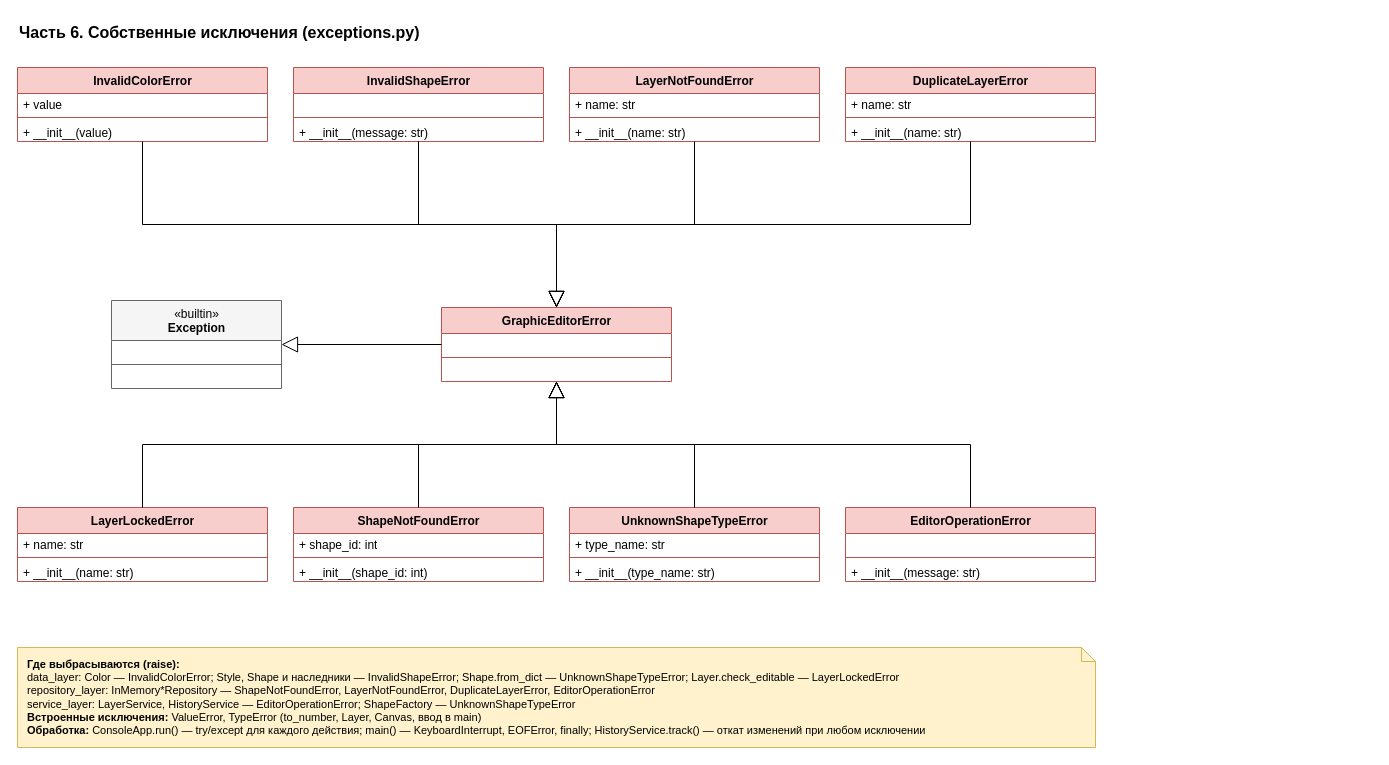
knockck/Lab1 keeps this draw.io diagram as page "Часть 6. Исключения" (6 of 6) of docs/uml/class_diagram.drawio. Above is the earlier version. Source tidied: cells renumbered, new cells numbered last; positions are measured from the earlier drawing's top-left corner, leaving out a move shared by most shapes. Both pictures are drawn from the tidied source at 100%, with x=0, y=0 at pixel (17, 17).
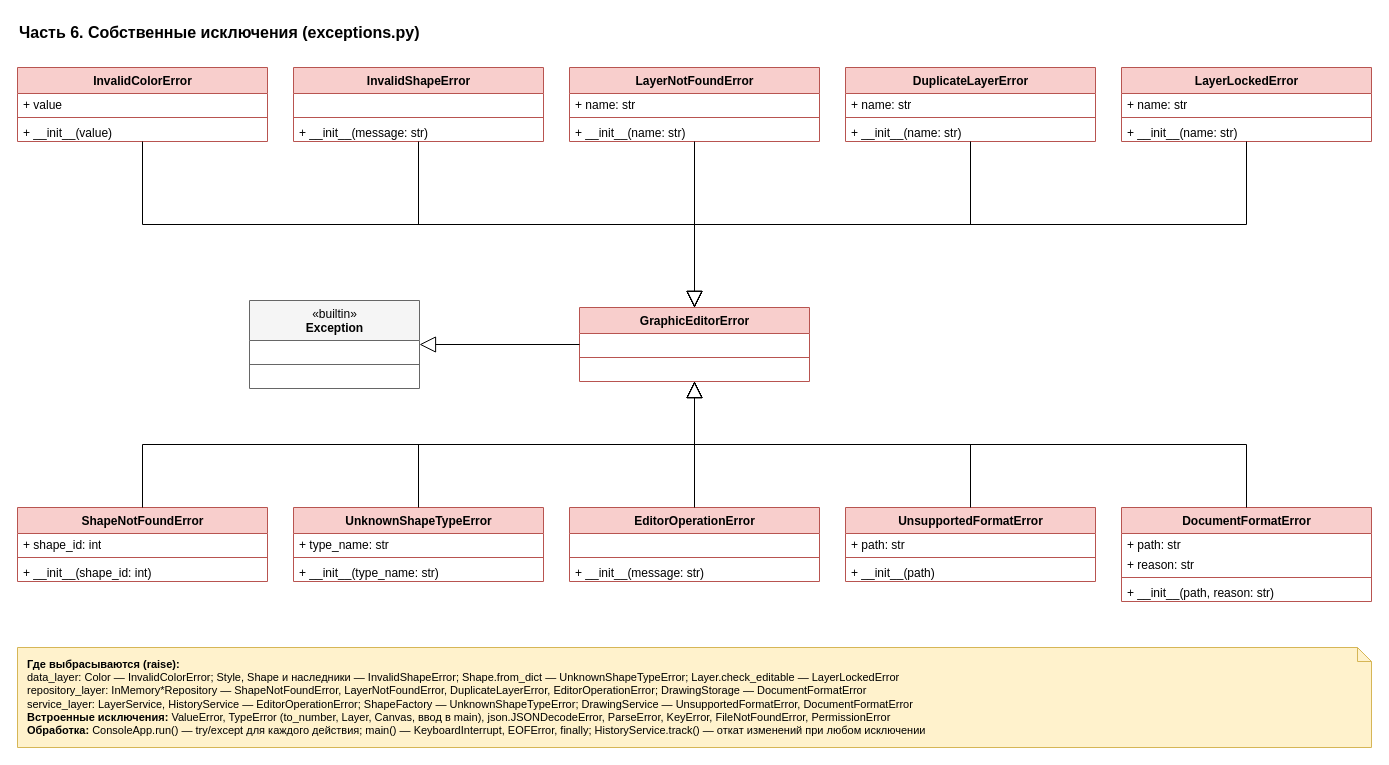
After the change.

Diff of the diagram source:
```diff
@@
     <mxCell id="3" value="GraphicEditorError" style="swimlane;fontStyle=1;align=center;verticalAlign=top;horizontal=1;startSize=26;html=1;fillColor=#f8cecc;strokeColor=#b85450;swimlaneFillColor=#ffffff;fontSize=12;" parent="1" vertex="1">
-      <mxGeometry x="424" y="290" width="230" height="74" as="geometry" />
+      <mxGeometry x="562" y="290" width="230" height="74" as="geometry" />
     </mxCell>
@@
     <mxCell id="7" value="&lt;span style=&quot;font-weight:normal&quot;&gt;«builtin»&lt;/span&gt;&lt;br&gt;Exception" style="swimlane;fontStyle=1;align=center;verticalAlign=top;horizontal=1;startSize=40;html=1;fillColor=#f5f5f5;strokeColor=#666666;swimlaneFillColor=#ffffff;fontSize=12;" parent="1" vertex="1">
-      <mxGeometry x="94" y="283" width="170" height="88" as="geometry" />
+      <mxGeometry x="232" y="283" width="170" height="88" as="geometry" />
     </mxCell>
@@
     <mxCell id="32" value="LayerLockedError" style="swimlane;fontStyle=1;align=center;verticalAlign=top;horizontal=1;startSize=26;html=1;fillColor=#f8cecc;strokeColor=#b85450;swimlaneFillColor=#ffffff;fontSize=12;" parent="1" vertex="1">
-      <mxGeometry y="490" width="250" height="74" as="geometry" />
+      <mxGeometry x="1104" y="50" width="250" height="74" as="geometry" />
     </mxCell>
@@
-    <mxCell id="36" style="html=1;rounded=0;edgeStyle=orthogonalEdgeStyle;fontSize=11;endArrow=block;endSize=14;endFill=0;exitX=0.5;exitY=0;exitDx=0;exitDy=0;entryX=0.5;entryY=1;entryDx=0;entryDy=0;labelBackgroundColor=#ffffff;" parent="1" edge="1" source="32" target="3">
+    <mxCell id="36" style="html=1;rounded=0;edgeStyle=orthogonalEdgeStyle;fontSize=11;endArrow=block;endSize=14;endFill=0;exitX=0.5;exitY=1;exitDx=0;exitDy=0;entryX=0.5;entryY=0;entryDx=0;entryDy=0;labelBackgroundColor=#ffffff;" parent="1" edge="1" source="32" target="3">
       <mxGeometry relative="1" as="geometry" />
     </mxCell>
     <mxCell id="37" value="ShapeNotFoundError" style="swimlane;fontStyle=1;align=center;verticalAlign=top;horizontal=1;startSize=26;html=1;fillColor=#f8cecc;strokeColor=#b85450;swimlaneFillColor=#ffffff;fontSize=12;" parent="1" vertex="1">
-      <mxGeometry x="276" y="490" width="250" height="74" as="geometry" />
+      <mxGeometry y="490" width="250" height="74" as="geometry" />
     </mxCell>
@@
     <mxCell id="42" value="UnknownShapeTypeError" style="swimlane;fontStyle=1;align=center;verticalAlign=top;horizontal=1;startSize=26;html=1;fillColor=#f8cecc;strokeColor=#b85450;swimlaneFillColor=#ffffff;fontSize=12;" parent="1" vertex="1">
-      <mxGeometry x="552" y="490" width="250" height="74" as="geometry" />
+      <mxGeometry x="276" y="490" width="250" height="74" as="geometry" />
     </mxCell>
@@
     <mxCell id="47" value="EditorOperationError" style="swimlane;fontStyle=1;align=center;verticalAlign=top;horizontal=1;startSize=26;html=1;fillColor=#f8cecc;strokeColor=#b85450;swimlaneFillColor=#ffffff;fontSize=12;" parent="1" vertex="1">
-      <mxGeometry x="828" y="490" width="250" height="74" as="geometry" />
+      <mxGeometry x="552" y="490" width="250" height="74" as="geometry" />
     </mxCell>
@@
-    <mxCell id="52" value="&lt;b&gt;Где выбрасываются (raise):&lt;/b&gt;&lt;br&gt;data_layer: Color — InvalidColorError; Style, Shape и наследники — InvalidShapeError; Shape.from_dict — UnknownShapeTypeError; Layer.check_editable — LayerLockedError&lt;br&gt;repository_layer: InMemory*Repository — ShapeNotFoundError, LayerNotFoundError, DuplicateLayerError, EditorOperationError&lt;br&gt;service_layer: LayerService, HistoryService — EditorOperationError; ShapeFactory — UnknownShapeTypeError&lt;br&gt;&lt;b&gt;Встроенные исключения:&lt;/b&gt; ValueError, TypeError (to_number, Layer, Canvas, ввод в main)&lt;br&gt;&lt;b&gt;Обработка:&lt;/b&gt; ConsoleApp.run() — try/except для каждого действия; main() — KeyboardInterrupt, EOFError, finally; HistoryService.track() — откат изменений при любом исключении" style="shape=note;whiteSpace=wrap;html=1;size=14;align=left;verticalAlign=top;spacingLeft=8;spacingTop=4;fillColor=#fff2cc;strokeColor=#d6b656;fontSize=11;" parent="1" vertex="1">
-      <mxGeometry y="630" width="1078" height="100" as="geometry" />
-    </mxCell>
+    <mxCell id="53" value="UnsupportedFormatError" style="swimlane;fontStyle=1;align=center;verticalAlign=top;horizontal=1;startSize=26;html=1;fillColor=#f8cecc;strokeColor=#b85450;swimlaneFillColor=#ffffff;fontSize=12;" parent="1" vertex="1">
+      <mxGeometry x="828" y="490" width="250" height="74" as="geometry" />
+    </mxCell>
+    <mxCell id="54" value="+ path: str" style="text;strokeColor=none;fillColor=none;align=left;verticalAlign=top;spacingLeft=4;spacingRight=4;spacingTop=-2;overflow=hidden;html=1;fontSize=12;fontStyle=0;" parent="53" vertex="1">
+      <mxGeometry y="26" width="250" height="20" as="geometry" />
+    </mxCell>
+    <mxCell id="55" style="line;strokeWidth=1;fillColor=none;align=left;verticalAlign=middle;spacingTop=-1;spacingLeft=3;spacingRight=3;labelPosition=right;strokeColor=inherit;" parent="53" vertex="1">
+      <mxGeometry y="46" width="250" height="8" as="geometry" />
+    </mxCell>
+    <mxCell id="56" value="+ __init__(path)" style="text;strokeColor=none;fillColor=none;align=left;verticalAlign=top;spacingLeft=4;spacingRight=4;spacingTop=-2;overflow=hidden;html=1;fontSize=12;fontStyle=0;" parent="53" vertex="1">
+      <mxGeometry y="54" width="250" height="20" as="geometry" />
+    </mxCell>
+    <mxCell id="57" style="html=1;rounded=0;edgeStyle=orthogonalEdgeStyle;fontSize=11;endArrow=block;endSize=14;endFill=0;exitX=0.5;exitY=0;exitDx=0;exitDy=0;entryX=0.5;entryY=1;entryDx=0;entryDy=0;labelBackgroundColor=#ffffff;" parent="1" edge="1" source="53" target="3">
+      <mxGeometry relative="1" as="geometry" />
+    </mxCell>
+    <mxCell id="58" value="DocumentFormatError" style="swimlane;fontStyle=1;align=center;verticalAlign=top;horizontal=1;startSize=26;html=1;fillColor=#f8cecc;strokeColor=#b85450;swimlaneFillColor=#ffffff;fontSize=12;" parent="1" vertex="1">
+      <mxGeometry x="1104" y="490" width="250" height="94" as="geometry" />
+    </mxCell>
+    <mxCell id="59" value="+ path: str" style="text;strokeColor=none;fillColor=none;align=left;verticalAlign=top;spacingLeft=4;spacingRight=4;spacingTop=-2;overflow=hidden;html=1;fontSize=12;fontStyle=0;" parent="58" vertex="1">
+      <mxGeometry y="26" width="250" height="20" as="geometry" />
+    </mxCell>
+    <mxCell id="60" value="+ reason: str" style="text;strokeColor=none;fillColor=none;align=left;verticalAlign=top;spacingLeft=4;spacingRight=4;spacingTop=-2;overflow=hidden;html=1;fontSize=12;fontStyle=0;" parent="58" vertex="1">
+      <mxGeometry y="46" width="250" height="20" as="geometry" />
+    </mxCell>
+    <mxCell id="61" style="line;strokeWidth=1;fillColor=none;align=left;verticalAlign=middle;spacingTop=-1;spacingLeft=3;spacingRight=3;labelPosition=right;strokeColor=inherit;" parent="58" vertex="1">
+      <mxGeometry y="66" width="250" height="8" as="geometry" />
+    </mxCell>
+    <mxCell id="62" value="+ __init__(path, reason: str)" style="text;strokeColor=none;fillColor=none;align=left;verticalAlign=top;spacingLeft=4;spacingRight=4;spacingTop=-2;overflow=hidden;html=1;fontSize=12;fontStyle=0;" parent="58" vertex="1">
+      <mxGeometry y="74" width="250" height="20" as="geometry" />
+    </mxCell>
+    <mxCell id="63" style="html=1;rounded=0;edgeStyle=orthogonalEdgeStyle;fontSize=11;endArrow=block;endSize=14;endFill=0;exitX=0.5;exitY=0;exitDx=0;exitDy=0;entryX=0.5;entryY=1;entryDx=0;entryDy=0;labelBackgroundColor=#ffffff;" parent="1" edge="1" source="58" target="3">
+      <mxGeometry relative="1" as="geometry" />
+    </mxCell>
+    <mxCell id="64" value="&lt;b&gt;Где выбрасываются (raise):&lt;/b&gt;&lt;br&gt;data_layer: Color — InvalidColorError; Style, Shape и наследники — InvalidShapeError; Shape.from_dict — UnknownShapeTypeError; Layer.check_editable — LayerLockedError&lt;br&gt;repository_layer: InMemory*Repository — ShapeNotFoundError, LayerNotFoundError, DuplicateLayerError, EditorOperationError; DrawingStorage — DocumentFormatError&lt;br&gt;service_layer: LayerService, HistoryService — EditorOperationError; ShapeFactory — UnknownShapeTypeError; DrawingService — UnsupportedFormatError, DocumentFormatError&lt;br&gt;&lt;b&gt;Встроенные исключения:&lt;/b&gt; ValueError, TypeError (to_number, Layer, Canvas, ввод в main), json.JSONDecodeError, ParseError, KeyError, FileNotFoundError, PermissionError&lt;br&gt;&lt;b&gt;Обработка:&lt;/b&gt; ConsoleApp.run() — try/except для каждого действия; main() — KeyboardInterrupt, EOFError, finally; HistoryService.track() — откат изменений при любом исключении" style="shape=note;whiteSpace=wrap;html=1;size=14;align=left;verticalAlign=top;spacingLeft=8;spacingTop=4;fillColor=#fff2cc;strokeColor=#d6b656;fontSize=11;" parent="1" vertex="1">
+      <mxGeometry y="630" width="1354" height="100" as="geometry" />
+    </mxCell>
```
